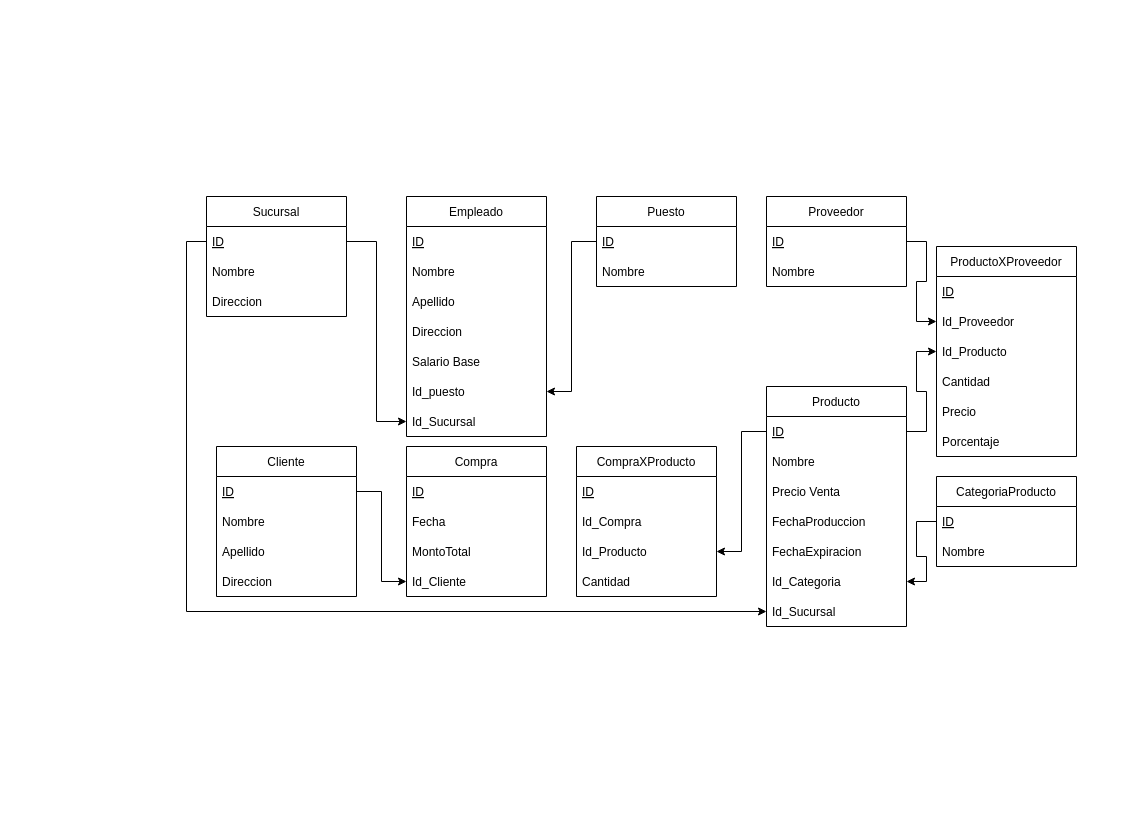
Before: diagrama de tablas.drawio in Valhylian/Proyecto1-BD, a draw.io diagram. Source tidied: cells renumbered, new cells numbered last; positions are measured from the earlier drawing's top-left corner, leaving out a move shared by most shapes. Both pictures are drawn from the tidied source at 100%, with x=0, y=0 at pixel (206, 196).
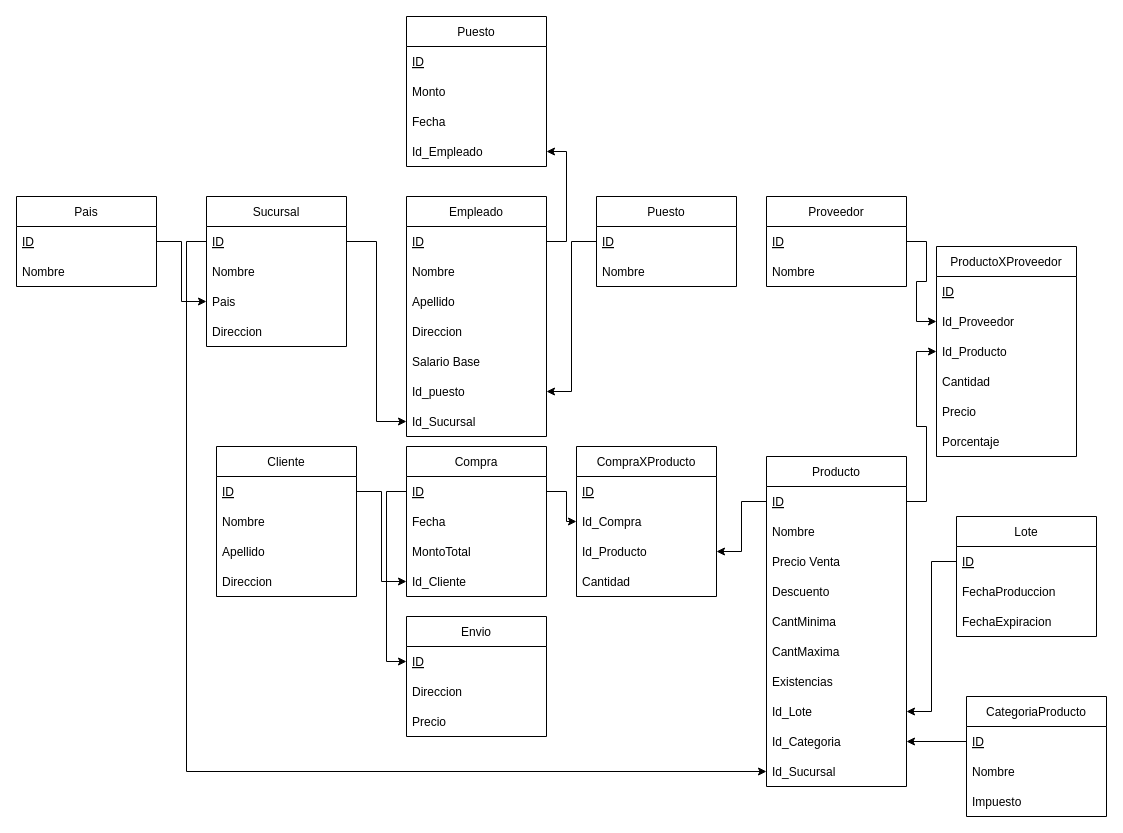
The same diagram, later.

The change refers to these unchanged cells:
```xml
<mxCell id="7" value="ID" style="text;strokeColor=none;fillColor=none;align=left;verticalAlign=middle;spacingLeft=4;spacingRight=4;overflow=hidden;points=[[0,0.5],[1,0.5]];portConstraint=eastwest;fontStyle=4;" parent="6" vertex="1">
  <mxGeometry y="30" width="140" height="30" as="geometry" />
</mxCell>
<mxCell id="25" value="ID" style="text;strokeColor=none;fillColor=none;align=left;verticalAlign=middle;spacingLeft=4;spacingRight=4;overflow=hidden;points=[[0,0.5],[1,0.5]];portConstraint=eastwest;fontStyle=4;" parent="24" vertex="1">
  <mxGeometry y="30" width="140" height="30" as="geometry" />
</mxCell>
<mxCell id="32" value="Id_Compra" style="text;strokeColor=none;fillColor=none;align=left;verticalAlign=middle;spacingLeft=4;spacingRight=4;overflow=hidden;points=[[0,0.5],[1,0.5]];portConstraint=eastwest;" parent="30" vertex="1">
  <mxGeometry y="60" width="140" height="30" as="geometry" />
</mxCell>
```

Change to the diagram source:
```diff
@@
     <mxCell id="2" value="Sucursal" style="swimlane;fontStyle=0;horizontal=1;startSize=30;" parent="1" vertex="1">
-      <mxGeometry width="140" height="120" as="geometry" />
+      <mxGeometry width="140" height="150" as="geometry" />
     </mxCell>
@@
-    <mxCell id="5" value="Direccion" style="text;strokeColor=none;fillColor=none;align=left;verticalAlign=middle;spacingLeft=4;spacingRight=4;overflow=hidden;points=[[0,0.5],[1,0.5]];portConstraint=eastwest;" parent="2" vertex="1">
+    <mxCell id="5" value="Pais" style="text;strokeColor=none;fillColor=none;align=left;verticalAlign=middle;spacingLeft=4;spacingRight=4;overflow=hidden;points=[[0,0.5],[1,0.5]];portConstraint=eastwest;" parent="2" vertex="1">
       <mxGeometry y="90" width="140" height="30" as="geometry" />
     </mxCell>
+    <mxCell id="61" value="Direccion" style="text;strokeColor=none;fillColor=none;align=left;verticalAlign=middle;spacingLeft=4;spacingRight=4;overflow=hidden;" parent="2" vertex="1">
+      <mxGeometry y="120" width="140" height="30" as="geometry" />
+    </mxCell>
@@
     <mxCell id="35" value="Producto" style="swimlane;fontStyle=0;horizontal=1;startSize=30;" parent="1" vertex="1">
-      <mxGeometry x="560" y="190" width="140" height="240" as="geometry" />
+      <mxGeometry x="560" y="260" width="140" height="330" as="geometry" />
     </mxCell>
@@
-    <mxCell id="39" value="FechaProduccion" style="text;strokeColor=none;fillColor=none;align=left;verticalAlign=middle;spacingLeft=4;spacingRight=4;overflow=hidden;" parent="35" vertex="1">
-      <mxGeometry y="120" width="140" height="30" as="geometry" />
-    </mxCell>
-    <mxCell id="40" value="FechaExpiracion" style="text;strokeColor=none;fillColor=none;align=left;verticalAlign=middle;spacingLeft=4;spacingRight=4;overflow=hidden;" parent="35" vertex="1">
-      <mxGeometry y="150" width="140" height="30" as="geometry" />
-    </mxCell>
+    <mxCell id="62" value="Descuento" style="text;strokeColor=none;fillColor=none;align=left;verticalAlign=middle;spacingLeft=4;spacingRight=4;overflow=hidden;" parent="35" vertex="1">
+      <mxGeometry y="120" width="140" height="30" as="geometry" />
+    </mxCell>
+    <mxCell id="63" value="CantMinima" style="text;strokeColor=none;fillColor=none;align=left;verticalAlign=middle;spacingLeft=4;spacingRight=4;overflow=hidden;" parent="35" vertex="1">
+      <mxGeometry y="150" width="140" height="30" as="geometry" />
+    </mxCell>
+    <mxCell id="64" value="CantMaxima" style="text;strokeColor=none;fillColor=none;align=left;verticalAlign=middle;spacingLeft=4;spacingRight=4;overflow=hidden;" parent="35" vertex="1">
+      <mxGeometry y="180" width="140" height="30" as="geometry" />
+    </mxCell>
+    <mxCell id="65" value="Existencias" style="text;strokeColor=none;fillColor=none;align=left;verticalAlign=middle;spacingLeft=4;spacingRight=4;overflow=hidden;" parent="35" vertex="1">
+      <mxGeometry y="210" width="140" height="30" as="geometry" />
+    </mxCell>
+    <mxCell id="66" value="Id_Lote" style="text;strokeColor=none;fillColor=none;align=left;verticalAlign=middle;spacingLeft=4;spacingRight=4;overflow=hidden;points=[[0,0.5],[1,0.5]];portConstraint=eastwest;" parent="35" vertex="1">
+      <mxGeometry y="240" width="140" height="30" as="geometry" />
+    </mxCell>
     <mxCell id="41" value="Id_Categoria" style="text;strokeColor=none;fillColor=none;align=left;verticalAlign=middle;spacingLeft=4;spacingRight=4;overflow=hidden;points=[[0,0.5],[1,0.5]];portConstraint=eastwest;" parent="35" vertex="1">
-      <mxGeometry y="180" width="140" height="30" as="geometry" />
+      <mxGeometry y="270" width="140" height="30" as="geometry" />
     </mxCell>
     <mxCell id="42" value="Id_Sucursal" style="text;strokeColor=none;fillColor=none;align=left;verticalAlign=middle;spacingLeft=4;spacingRight=4;overflow=hidden;points=[[0,0.5],[1,0.5]];portConstraint=eastwest;" parent="35" vertex="1">
-      <mxGeometry y="210" width="140" height="30" as="geometry" />
+      <mxGeometry y="300" width="140" height="30" as="geometry" />
     </mxCell>
@@
     <mxCell id="57" value="CategoriaProducto" style="swimlane;fontStyle=0;horizontal=1;startSize=30;" parent="1" vertex="1">
-      <mxGeometry x="730" y="280" width="140" height="90" as="geometry" />
+      <mxGeometry x="760" y="500" width="140" height="120" as="geometry" />
     </mxCell>
@@
+    <mxCell id="67" value="Impuesto" style="text;strokeColor=none;fillColor=none;align=left;verticalAlign=middle;spacingLeft=4;spacingRight=4;overflow=hidden;" parent="57" vertex="1">
+      <mxGeometry y="90" width="140" height="30" as="geometry" />
+    </mxCell>
+    <mxCell id="68" value="Puesto" style="swimlane;fontStyle=0;horizontal=1;startSize=30;" parent="1" vertex="1">
+      <mxGeometry x="200" y="-180" width="140" height="150" as="geometry" />
+    </mxCell>
+    <mxCell id="69" value="ID" style="text;strokeColor=none;fillColor=none;align=left;verticalAlign=middle;spacingLeft=4;spacingRight=4;overflow=hidden;fontStyle=4;" parent="68" vertex="1">
+      <mxGeometry y="30" width="140" height="30" as="geometry" />
+    </mxCell>
+    <mxCell id="70" value="Monto" style="text;strokeColor=none;fillColor=none;align=left;verticalAlign=middle;spacingLeft=4;spacingRight=4;overflow=hidden;" parent="68" vertex="1">
+      <mxGeometry y="60" width="140" height="30" as="geometry" />
+    </mxCell>
+    <mxCell id="71" value="Fecha" style="text;strokeColor=none;fillColor=none;align=left;verticalAlign=middle;spacingLeft=4;spacingRight=4;overflow=hidden;" parent="68" vertex="1">
+      <mxGeometry y="90" width="140" height="30" as="geometry" />
+    </mxCell>
+    <mxCell id="72" value="Id_Empleado" style="text;strokeColor=none;fillColor=none;align=left;verticalAlign=middle;spacingLeft=4;spacingRight=4;overflow=hidden;points=[[0,0.5],[1,0.5]];portConstraint=eastwest;" parent="68" vertex="1">
+      <mxGeometry y="120" width="140" height="30" as="geometry" />
+    </mxCell>
+    <mxCell id="73" style="edgeStyle=orthogonalEdgeStyle;rounded=0;jettySize=auto;html=1;exitX=1;exitY=0.5;exitDx=0;exitDy=0;entryX=1;entryY=0.5;entryDx=0;entryDy=0;" parent="1" edge="1" source="7" target="72">
+      <mxGeometry relative="1" as="geometry" />
+    </mxCell>
@@
+    <mxCell id="74" style="edgeStyle=orthogonalEdgeStyle;rounded=0;jettySize=auto;html=1;exitX=1;exitY=0.5;exitDx=0;exitDy=0;entryX=0;entryY=0.5;entryDx=0;entryDy=0;" parent="1" edge="1" source="25" target="32">
+      <mxGeometry relative="1" as="geometry" />
+    </mxCell>
+    <mxCell id="75" value="Envio" style="swimlane;fontStyle=0;horizontal=1;startSize=30;" parent="1" vertex="1">
+      <mxGeometry x="200" y="420" width="140" height="120" as="geometry" />
+    </mxCell>
+    <mxCell id="76" value="ID" style="text;strokeColor=none;fillColor=none;align=left;verticalAlign=middle;spacingLeft=4;spacingRight=4;overflow=hidden;points=[[0,0.5],[1,0.5]];portConstraint=eastwest;fontStyle=4;" parent="75" vertex="1">
+      <mxGeometry y="30" width="140" height="30" as="geometry" />
+    </mxCell>
+    <mxCell id="77" value="Direccion" style="text;strokeColor=none;fillColor=none;align=left;verticalAlign=middle;spacingLeft=4;spacingRight=4;overflow=hidden;" parent="75" vertex="1">
+      <mxGeometry y="60" width="140" height="30" as="geometry" />
+    </mxCell>
+    <mxCell id="78" value="Precio" style="text;strokeColor=none;fillColor=none;align=left;verticalAlign=middle;spacingLeft=4;spacingRight=4;overflow=hidden;" parent="75" vertex="1">
+      <mxGeometry y="90" width="140" height="30" as="geometry" />
+    </mxCell>
+    <mxCell id="79" style="edgeStyle=orthogonalEdgeStyle;rounded=0;jettySize=auto;html=1;exitX=0;exitY=0.5;exitDx=0;exitDy=0;entryX=0;entryY=0.5;entryDx=0;entryDy=0;" parent="1" edge="1" source="25" target="76">
+      <mxGeometry relative="1" as="geometry" />
+    </mxCell>
+    <mxCell id="80" value="Lote" style="swimlane;fontStyle=0;horizontal=1;startSize=30;" parent="1" vertex="1">
+      <mxGeometry x="750" y="320" width="140" height="120" as="geometry" />
+    </mxCell>
+    <mxCell id="81" value="ID" style="text;strokeColor=none;fillColor=none;align=left;verticalAlign=middle;spacingLeft=4;spacingRight=4;overflow=hidden;points=[[0,0.5],[1,0.5]];portConstraint=eastwest;fontStyle=4;" parent="80" vertex="1">
+      <mxGeometry y="30" width="140" height="30" as="geometry" />
+    </mxCell>
+    <mxCell id="39" value="FechaProduccion" style="text;strokeColor=none;fillColor=none;align=left;verticalAlign=middle;spacingLeft=4;spacingRight=4;overflow=hidden;" parent="80" vertex="1">
+      <mxGeometry y="60" width="140" height="30" as="geometry" />
+    </mxCell>
+    <mxCell id="40" value="FechaExpiracion" style="text;strokeColor=none;fillColor=none;align=left;verticalAlign=middle;spacingLeft=4;spacingRight=4;overflow=hidden;" parent="80" vertex="1">
+      <mxGeometry y="90" width="140" height="30" as="geometry" />
+    </mxCell>
+    <mxCell id="82" style="edgeStyle=orthogonalEdgeStyle;rounded=0;jettySize=auto;html=1;exitX=0;exitY=0.5;exitDx=0;exitDy=0;entryX=1;entryY=0.5;entryDx=0;entryDy=0;" parent="1" edge="1" source="81" target="66">
+      <mxGeometry relative="1" as="geometry" />
+    </mxCell>
+    <mxCell id="83" value="Pais" style="swimlane;fontStyle=0;horizontal=1;startSize=30;" parent="1" vertex="1">
+      <mxGeometry x="-190" width="140" height="90" as="geometry" />
+    </mxCell>
+    <mxCell id="84" value="ID" style="text;strokeColor=none;fillColor=none;align=left;verticalAlign=middle;spacingLeft=4;spacingRight=4;overflow=hidden;points=[[0,0.5],[1,0.5]];portConstraint=eastwest;fontStyle=4;" parent="83" vertex="1">
+      <mxGeometry y="30" width="140" height="30" as="geometry" />
+    </mxCell>
+    <mxCell id="85" value="Nombre" style="text;strokeColor=none;fillColor=none;align=left;verticalAlign=middle;spacingLeft=4;spacingRight=4;overflow=hidden;" parent="83" vertex="1">
+      <mxGeometry y="60" width="140" height="30" as="geometry" />
+    </mxCell>
+    <mxCell id="86" style="edgeStyle=orthogonalEdgeStyle;rounded=0;jettySize=auto;html=1;exitX=1;exitY=0.5;exitDx=0;exitDy=0;" parent="1" edge="1" source="84" target="5">
+      <mxGeometry relative="1" as="geometry" />
+    </mxCell>
```
